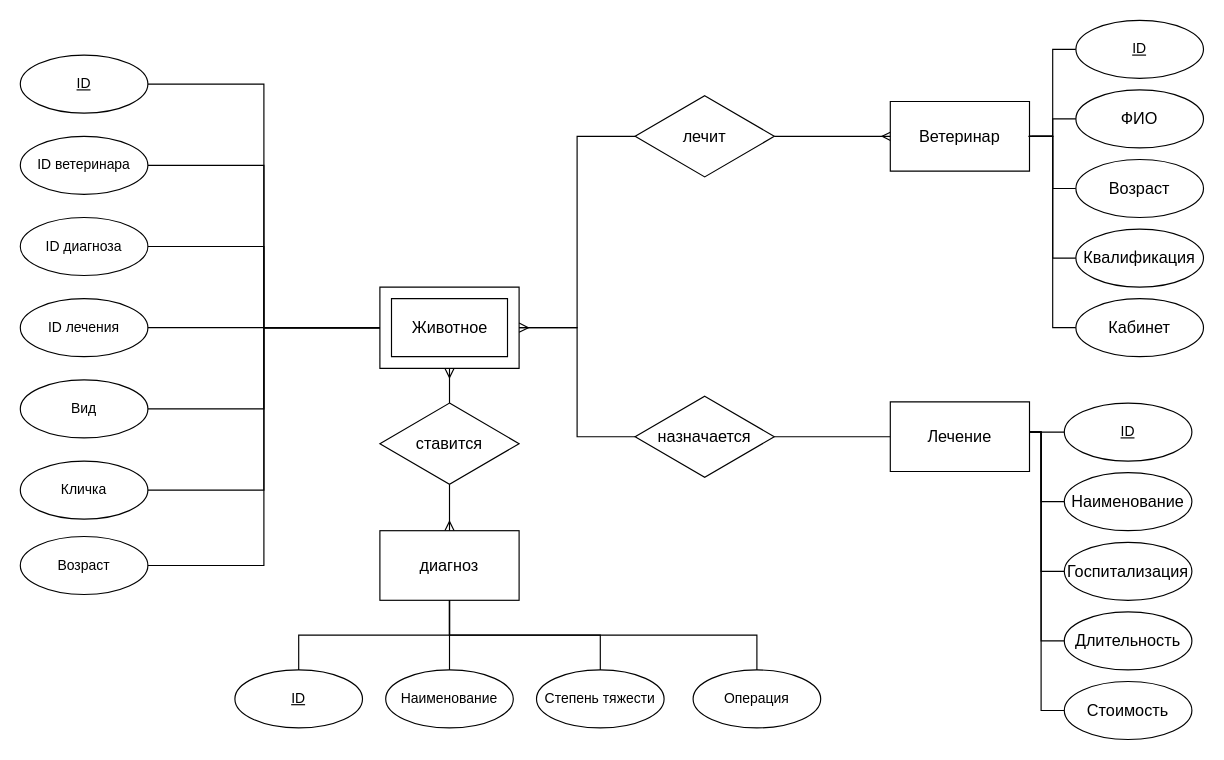
Before: page "Страница 1" (1 of 4) of lab_01/ER-model.drawio in DeadlyHunter38/bmstu_sem_5_db, a draw.io diagram. Source tidied: cells renumbered, new cells numbered last; positions are measured from the earlier drawing's top-left corner, leaving out a move shared by most shapes. Both pictures are drawn from the tidied source at 116%, with x=0, y=0 at pixel (20, 20).
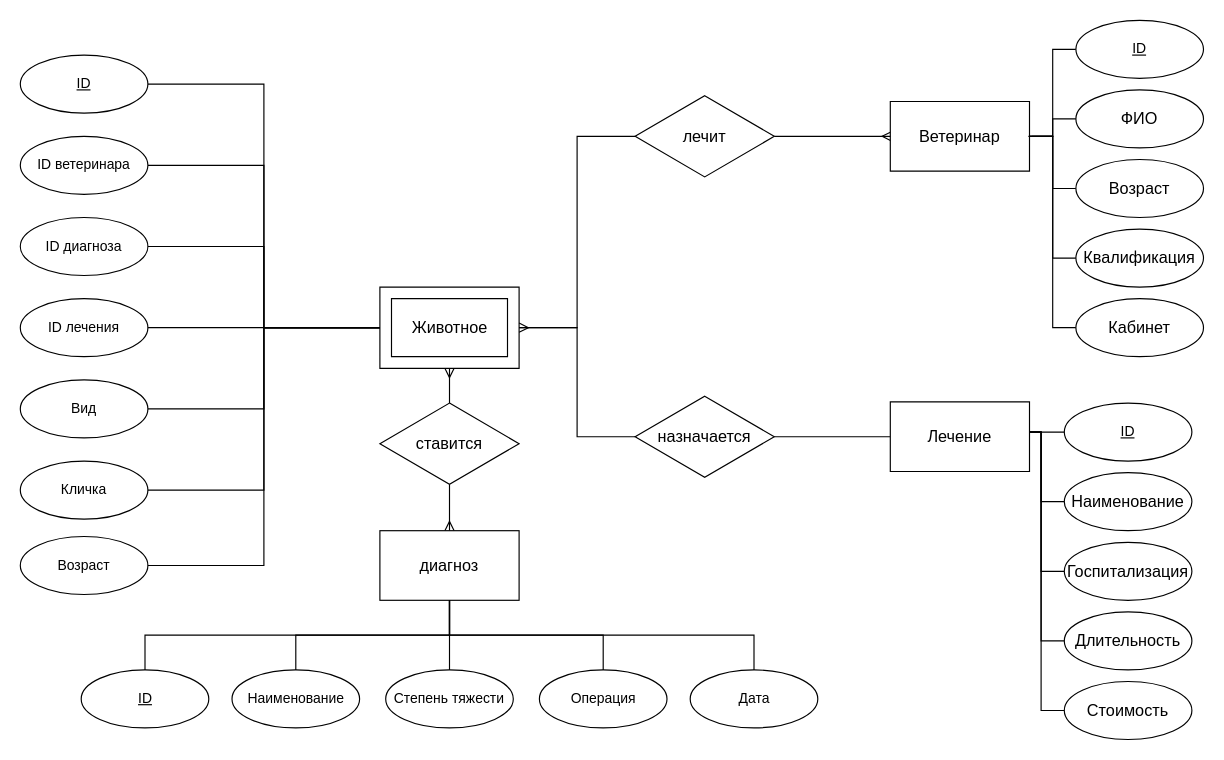
The same diagram, later.

The change refers to these unchanged cells:
```xml
<mxCell id="9" value="&lt;font style=&quot;font-size: 14px&quot;&gt;диагноз&lt;/font&gt;" style="rounded=0;whiteSpace=wrap;html=1;" parent="1" vertex="1">
  <mxGeometry x="310" y="440" width="120" height="60" as="geometry" />
</mxCell>
```

Change to the diagram source:
```diff
@@
-    <mxCell id="8" style="edgeStyle=orthogonalEdgeStyle;rounded=0;jettySize=auto;html=1;entryX=0.5;entryY=0;entryDx=0;entryDy=0;endArrow=none;endFill=0;" parent="1" edge="1" source="9" target="12">
+    <mxCell id="8" style="edgeStyle=orthogonalEdgeStyle;rounded=0;jettySize=auto;html=1;entryX=0.5;entryY=0;entryDx=0;entryDy=0;endArrow=none;endFill=0;exitX=0.5;exitY=1;exitDx=0;exitDy=0;" parent="1" edge="1" source="9" target="12">
       <mxGeometry relative="1" as="geometry" />
     </mxCell>
@@
     <mxCell id="11" value="&lt;u&gt;ID&lt;/u&gt;" style="ellipse;whiteSpace=wrap;html=1;" parent="1" vertex="1">
-      <mxGeometry x="185" y="560" width="110" height="50" as="geometry" />
+      <mxGeometry x="52.5" y="560" width="110" height="50" as="geometry" />
     </mxCell>
     <mxCell id="12" value="Наименование" style="ellipse;whiteSpace=wrap;html=1;" parent="1" vertex="1">
-      <mxGeometry x="315" y="560" width="110" height="50" as="geometry" />
+      <mxGeometry x="182.5" y="560" width="110" height="50" as="geometry" />
     </mxCell>
@@
     <mxCell id="14" value="Степень тяжести" style="ellipse;whiteSpace=wrap;html=1;" parent="1" vertex="1">
-      <mxGeometry x="445" y="560" width="110" height="50" as="geometry" />
+      <mxGeometry x="315" y="560" width="110" height="50" as="geometry" />
     </mxCell>
@@
     <mxCell id="60" value="Операция" style="ellipse;whiteSpace=wrap;html=1;" parent="1" vertex="1">
-      <mxGeometry x="580" y="560" width="110" height="50" as="geometry" />
+      <mxGeometry x="447.5" y="560" width="110" height="50" as="geometry" />
     </mxCell>
@@
+    <mxCell id="63" style="edgeStyle=orthogonalEdgeStyle;rounded=0;jettySize=auto;html=1;exitX=0.5;exitY=0;exitDx=0;exitDy=0;entryX=0.5;entryY=1;entryDx=0;entryDy=0;endArrow=none;endFill=0;" parent="1" edge="1" source="64" target="9">
+      <mxGeometry relative="1" as="geometry" />
+    </mxCell>
+    <mxCell id="64" value="Дата" style="ellipse;whiteSpace=wrap;html=1;" parent="1" vertex="1">
+      <mxGeometry x="577.5" y="560" width="110" height="50" as="geometry" />
+    </mxCell>
```
